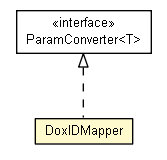
trajano/doxdb keeps this Graphviz diagram as doxdb-rest/apidocs/net/trajano/doxdb/rest/DoxIDMapper.png. Above is the earlier version. Its source is kept beside it as doxdb-rest/apidocs/net/trajano/doxdb/rest/DoxIDMapper.dot. The source it was exported from:
```dot

digraph G {
	edge [fontname="arial",fontsize=10,labelfontname="arial",labelfontsize=10];
	node [fontname="arial",fontsize=10,shape=plaintext];
	nodesep=0.25;
	ranksep=0.5;
	c86 [label=<<table title="net.trajano.doxdb.rest.DoxIDMapper" border="0" cellborder="1" cellspacing="0" cellpadding="2" port="p" bgcolor="lemonChiffon" href="./DoxIDMapper.html">
		<tr><td><table border="0" cellspacing="0" cellpadding="1">
<tr><td align="center" balign="center"> DoxIDMapper </td></tr>
		</table></td></tr>
		</table>>, URL="./DoxIDMapper.html", fontname="arial", fontcolor="black", fontsize=10.0];
	c87:p -> c86:p [dir=back,arrowtail=empty,style=dashed];
	c87 [label=<<table title="javax.ws.rs.ext.ParamConverter" border="0" cellborder="1" cellspacing="0" cellpadding="2" port="p" href="http://java.sun.com/j2se/1.4.2/docs/api/javax/ws/rs/ext/ParamConverter.html">
		<tr><td><table border="0" cellspacing="0" cellpadding="1">
<tr><td align="center" balign="center"> &#171;interface&#187; </td></tr>
<tr><td align="center" balign="center"> ParamConverter&lt;T&gt; </td></tr>
		</table></td></tr>
		</table>>, URL="http://java.sun.com/j2se/1.4.2/docs/api/javax/ws/rs/ext/ParamConverter.html", fontname="arial", fontcolor="black", fontsize=10.0];
}
```
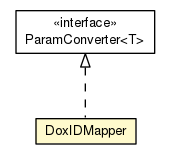
Above is the later version.

What changed in the source:
```diff
@@ -1,19 +1,19 @@
 
 digraph G {
-	edge [fontname="arial",fontsize=10,labelfontname="arial",labelfontsize=10];
-	node [fontname="arial",fontsize=10,shape=plaintext];
+	edge [fontname="Helvetica",fontsize=10,labelfontname="Helvetica",labelfontsize=10];
+	node [fontname="Helvetica",fontsize=10,shape=plaintext];
 	nodesep=0.25;
 	ranksep=0.5;
-	c86 [label=<<table title="net.trajano.doxdb.rest.DoxIDMapper" border="0" cellborder="1" cellspacing="0" cellpadding="2" port="p" bgcolor="lemonChiffon" href="./DoxIDMapper.html">
+	c83 [label=<<table title="net.trajano.doxdb.rest.DoxIDMapper" border="0" cellborder="1" cellspacing="0" cellpadding="2" port="p" bgcolor="lemonChiffon" href="./DoxIDMapper.html">
 		<tr><td><table border="0" cellspacing="0" cellpadding="1">
 <tr><td align="center" balign="center"> DoxIDMapper </td></tr>
 		</table></td></tr>
-		</table>>, URL="./DoxIDMapper.html", fontname="arial", fontcolor="black", fontsize=10.0];
-	c87:p -> c86:p [dir=back,arrowtail=empty,style=dashed];
+		</table>>, URL="./DoxIDMapper.html", fontname="Helvetica", fontcolor="black", fontsize=10.0];
+	c87:p -> c83:p [dir=back,arrowtail=empty,style=dashed];
 	c87 [label=<<table title="javax.ws.rs.ext.ParamConverter" border="0" cellborder="1" cellspacing="0" cellpadding="2" port="p" href="http://java.sun.com/j2se/1.4.2/docs/api/javax/ws/rs/ext/ParamConverter.html">
 		<tr><td><table border="0" cellspacing="0" cellpadding="1">
 <tr><td align="center" balign="center"> &#171;interface&#187; </td></tr>
 <tr><td align="center" balign="center"> ParamConverter&lt;T&gt; </td></tr>
 		</table></td></tr>
-		</table>>, URL="http://java.sun.com/j2se/1.4.2/docs/api/javax/ws/rs/ext/ParamConverter.html", fontname="arial", fontcolor="black", fontsize=10.0];
+		</table>>, URL="http://java.sun.com/j2se/1.4.2/docs/api/javax/ws/rs/ext/ParamConverter.html", fontname="Helvetica", fontcolor="black", fontsize=10.0];
 }
```
